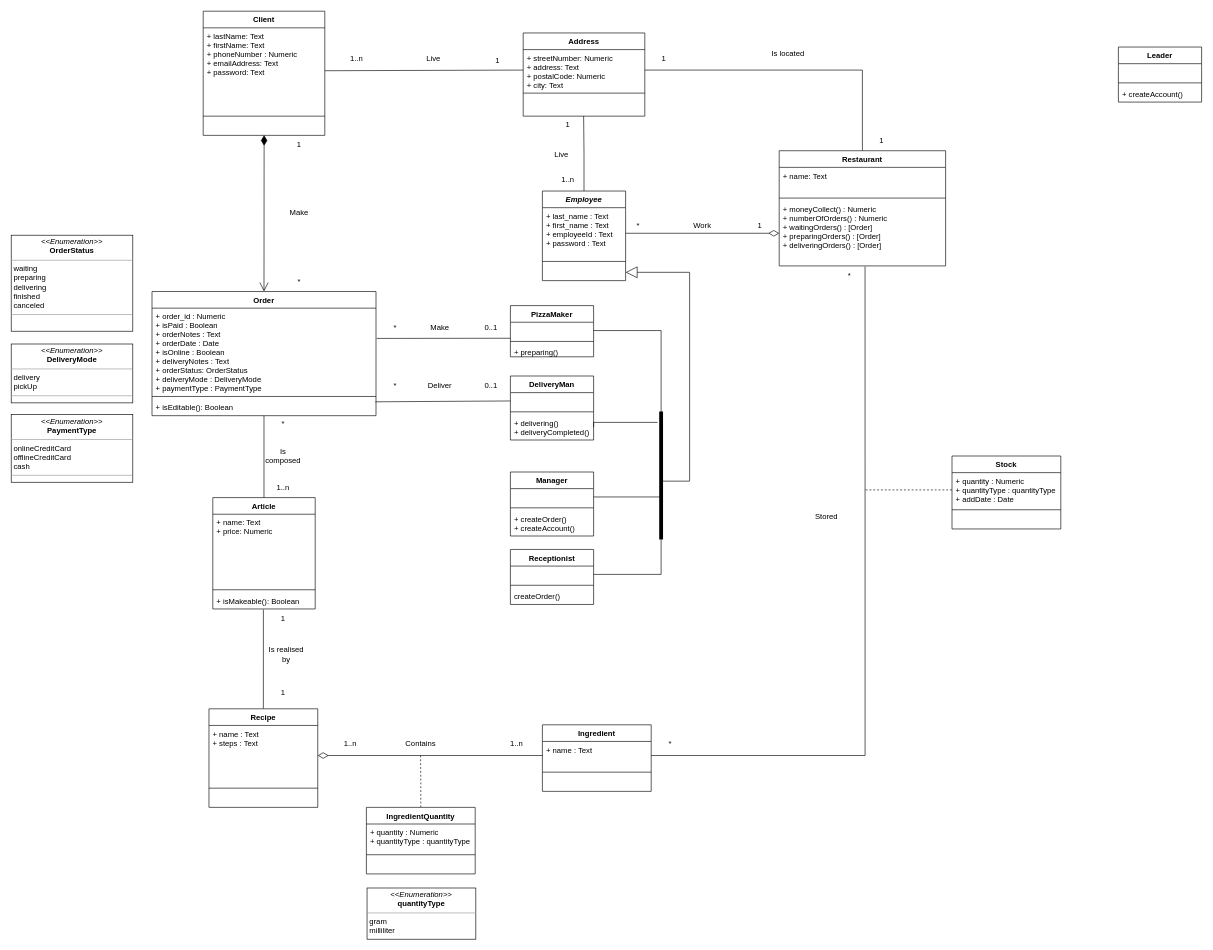
This is horn_mickael_1_diagramme_de_classe_062022.drawio from MickaeliOS/oc_pizza_7, a draw.io file, before an edit. Source tidied: cells renumbered, new cells numbered last; positions are measured from the earlier drawing's top-left corner, leaving out a move shared by most shapes. Both pictures are drawn from the tidied source at 64%, with x=0, y=0 at pixel (11, 11).
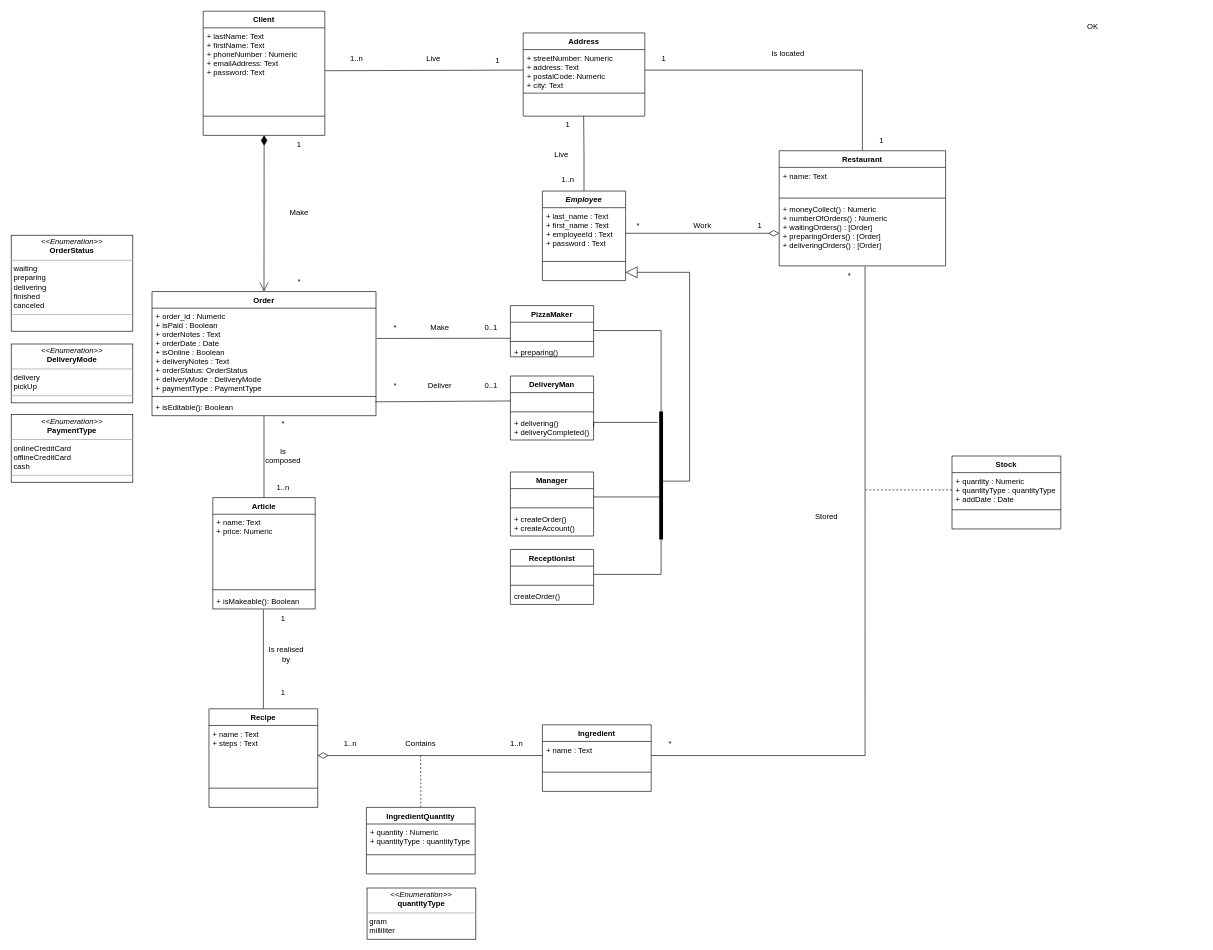
The same page after the edit.

Diff of the diagram source:
```diff
@@
-    <mxCell id="113" value="Leader" style="swimlane;fontStyle=1;align=center;verticalAlign=top;horizontal=1;startSize=26;" parent="1" vertex="1">
-      <mxGeometry x="1730" y="56" width="130" height="86" as="geometry" />
-    </mxCell>
-    <mxCell id="114" value=" " style="text;strokeColor=none;fillColor=none;align=left;verticalAlign=top;spacingLeft=4;spacingRight=4;overflow=hidden;" parent="113" vertex="1">
-      <mxGeometry y="26" width="130" height="26" as="geometry" />
-    </mxCell>
-    <mxCell id="115" style="line;strokeWidth=1;fillColor=none;align=left;verticalAlign=middle;spacingTop=-1;spacingLeft=3;spacingRight=3;labelPosition=right;" parent="113" vertex="1">
-      <mxGeometry y="52" width="130" height="8" as="geometry" />
-    </mxCell>
-    <mxCell id="116" value="+ createAccount()" style="text;strokeColor=none;fillColor=none;align=left;verticalAlign=top;spacingLeft=4;spacingRight=4;overflow=hidden;" parent="113" vertex="1">
-      <mxGeometry y="60" width="130" height="26" as="geometry" />
-    </mxCell>
@@
+    <mxCell id="118" value="OK" style="text;html=1;strokeColor=none;fillColor=none;align=center;verticalAlign=middle;whiteSpace=wrap;rounded=0;" parent="1" vertex="1">
+      <mxGeometry x="1660" y="10" width="60" height="30" as="geometry" />
+    </mxCell>
```
